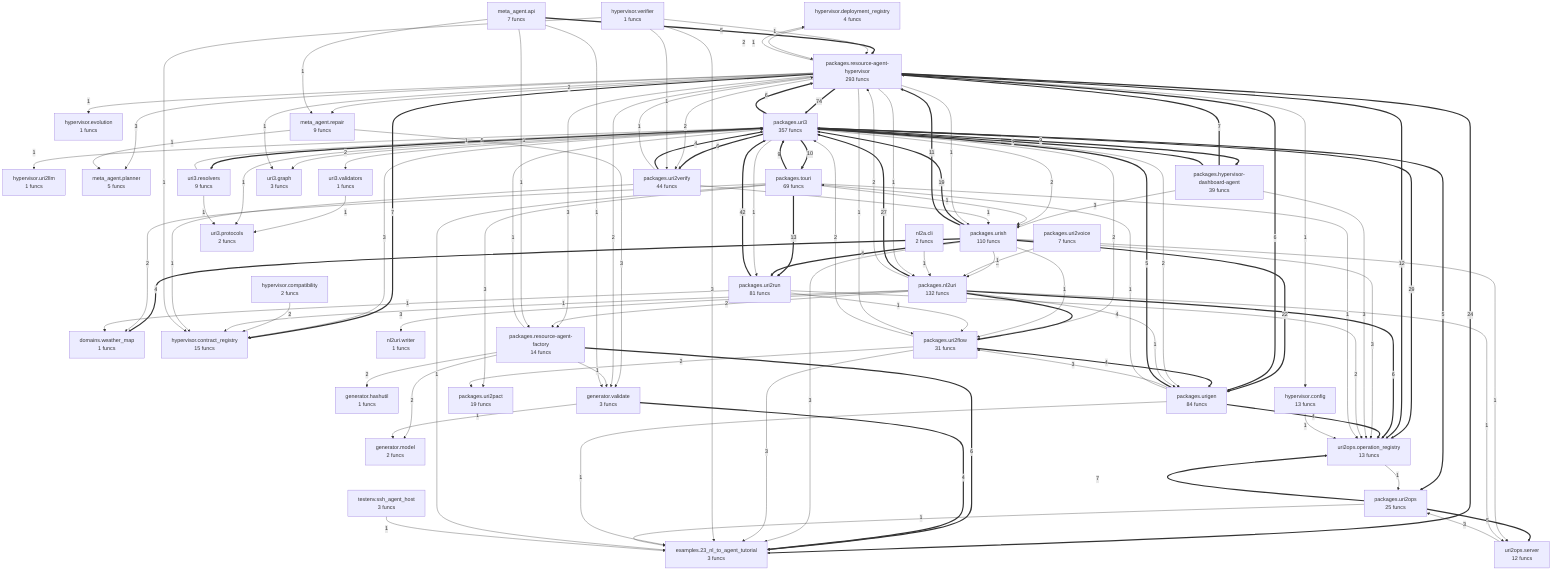
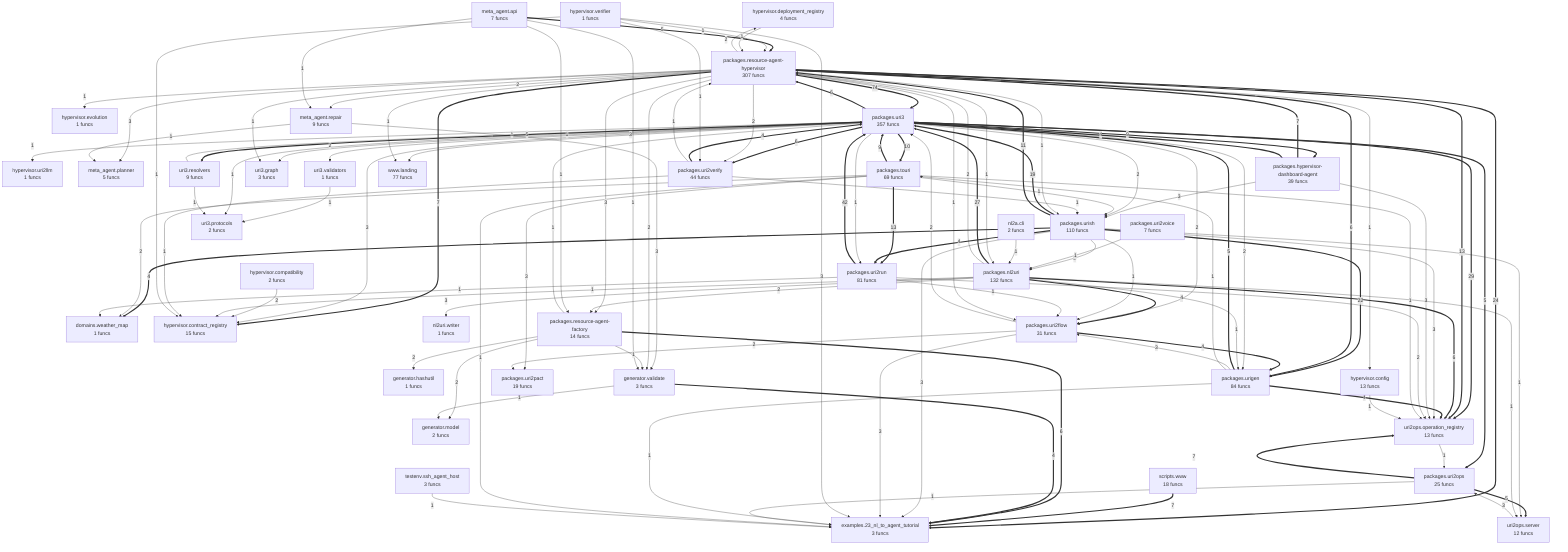
flowchart TD
- %% generated in 0.14s
+ %% generated in 0.20s
    domains__weather_map["domains.weather_map<br/>1 funcs"]
    examples__23_nl_to_agent_tutorial["examples.23_nl_to_agent_tutorial<br/>3 funcs"]
    generator__hashutil["generator.hashutil<br/>1 funcs"]
    generator__model["generator.model<br/>2 funcs"]
    generator__validate["generator.validate<br/>3 funcs"]
    hypervisor__compatibility["hypervisor.compatibility<br/>2 funcs"]
    hypervisor__config["hypervisor.config<br/>13 funcs"]
    hypervisor__contract_registry["hypervisor.contract_registry<br/>15 funcs"]
    hypervisor__deployment_registry["hypervisor.deployment_registry<br/>4 funcs"]
    hypervisor__evolution["hypervisor.evolution<br/>1 funcs"]
    hypervisor__uri2llm["hypervisor.uri2llm<br/>1 funcs"]
    hypervisor__verifier["hypervisor.verifier<br/>1 funcs"]
    meta_agent__api["meta_agent.api<br/>7 funcs"]
    meta_agent__planner["meta_agent.planner<br/>5 funcs"]
    meta_agent__repair["meta_agent.repair<br/>9 funcs"]
    nl2a__cli["nl2a.cli<br/>2 funcs"]
    nl2uri__writer["nl2uri.writer<br/>1 funcs"]
    packages__hypervisor_dashboard_agent["packages.hypervisor-dashboard-agent<br/>39 funcs"]
    packages__nl2uri["packages.nl2uri<br/>132 funcs"]
    packages__resource_agent_factory["packages.resource-agent-factory<br/>14 funcs"]
-     packages__resource_agent_hypervisor["packages.resource-agent-hypervisor<br/>293 funcs"]
+     packages__resource_agent_hypervisor["packages.resource-agent-hypervisor<br/>307 funcs"]
    packages__touri["packages.touri<br/>69 funcs"]
    packages__uri2flow["packages.uri2flow<br/>31 funcs"]
    packages__uri2ops["packages.uri2ops<br/>25 funcs"]
    packages__uri2pact["packages.uri2pact<br/>19 funcs"]
    packages__uri2run["packages.uri2run<br/>81 funcs"]
    packages__uri2verify["packages.uri2verify<br/>44 funcs"]
    packages__uri2voice["packages.uri2voice<br/>7 funcs"]
    packages__uri3["packages.uri3<br/>357 funcs"]
    packages__urigen["packages.urigen<br/>84 funcs"]
    packages__urish["packages.urish<br/>110 funcs"]
+     scripts__www["scripts.www<br/>18 funcs"]
    testenv__ssh_agent_host["testenv.ssh_agent_host<br/>3 funcs"]
    uri2ops__operation_registry["uri2ops.operation_registry<br/>13 funcs"]
    uri2ops__server["uri2ops.server<br/>12 funcs"]
    uri3__graph["uri3.graph<br/>3 funcs"]
    uri3__protocols["uri3.protocols<br/>2 funcs"]
    uri3__resolvers["uri3.resolvers<br/>9 funcs"]
    uri3__validators["uri3.validators<br/>1 funcs"]
+     www__landing["www.landing<br/>77 funcs"]
    packages__resource_agent_hypervisor ==>|74| packages__uri3
    packages__uri2run ==>|42| packages__uri3
    packages__uri3 ==>|29| uri2ops__operation_registry
    packages__nl2uri ==>|27| packages__uri3
    packages__resource_agent_hypervisor ==>|24| examples__23_nl_to_agent_tutorial
    packages__urish ==>|22| packages__urigen
    packages__urish ==>|19| packages__uri3
    packages__touri ==>|13| packages__uri2run
-     packages__resource_agent_hypervisor ==>|12| uri2ops__operation_registry
+     packages__resource_agent_hypervisor ==>|13| uri2ops__operation_registry
    packages__urish ==>|11| packages__resource_agent_hypervisor
    packages__uri3 ==>|10| packages__touri
    packages__uri3 ==>|9| packages__hypervisor_dashboard_agent
    packages__touri ==>|9| packages__uri3
    packages__uri2ops ==>|7| uri2ops__operation_registry
    packages__hypervisor_dashboard_agent ==>|7| packages__resource_agent_hypervisor
    packages__resource_agent_hypervisor ==>|7| hypervisor__contract_registry
+     scripts__www ==>|7| examples__23_nl_to_agent_tutorial
    packages__uri3 ==>|6| packages__resource_agent_hypervisor
    packages__uri3 ==>|6| packages__uri2verify
    packages__resource_agent_factory ==>|6| examples__23_nl_to_agent_tutorial
    packages__nl2uri ==>|6| uri2ops__operation_registry
    packages__resource_agent_hypervisor ==>|6| packages__urigen
    packages__urigen ==>|5| packages__uri3
    packages__uri2ops ==>|5| uri2ops__server
    packages__uri3 ==>|5| packages__uri2ops
    packages__uri3 ==>|5| uri3__resolvers
    meta_agent__api ==>|5| packages__resource_agent_hypervisor
    packages__urish ==>|4| packages__uri2run
    packages__urish ==>|4| domains__weather_map
    packages__urigen ==>|4| uri2ops__operation_registry
    packages__hypervisor_dashboard_agent ==>|4| packages__uri3
    packages__uri2flow ==>|4| packages__urigen
    generator__validate ==>|4| examples__23_nl_to_agent_tutorial
    packages__nl2uri ==>|4| packages__uri2flow
    packages__uri2verify ==>|4| packages__uri3
    packages__urish -->|3| uri2ops__operation_registry
    packages__urish -->|3| examples__23_nl_to_agent_tutorial
    packages__urigen -->|3| packages__uri2flow
    uri2ops__server -->|3| packages__uri2ops
+     packages__uri3 -->|3| www__landing
    packages__uri3 -->|3| hypervisor__contract_registry
    packages__hypervisor_dashboard_agent -->|3| packages__urish
    packages__hypervisor_dashboard_agent -->|3| uri2ops__operation_registry
    packages__uri2flow -->|3| examples__23_nl_to_agent_tutorial
    packages__touri -->|3| packages__uri2pact
    packages__nl2uri -->|3| nl2uri__writer
    packages__resource_agent_hypervisor -->|3| meta_agent__planner
    packages__resource_agent_hypervisor -->|3| packages__resource_agent_factory
    meta_agent__repair -->|3| generator__validate
    hypervisor__verifier -->|3| examples__23_nl_to_agent_tutorial
    packages__urish -->|2| packages__nl2uri
    packages__uri3 -->|2| uri3__validators
    packages__uri3 -->|2| packages__urish
    packages__uri3 -->|2| packages__uri2flow
    packages__uri3 -->|2| packages__urigen
    packages__uri2flow -->|2| packages__uri3
    packages__uri2flow -->|2| packages__uri2pact
    packages__touri -->|2| domains__weather_map
    packages__uri2run -->|2| uri2ops__operation_registry
    packages__resource_agent_factory -->|2| generator__model
    packages__resource_agent_factory -->|2| generator__hashutil
    packages__nl2uri -->|2| packages__resource_agent_hypervisor
    packages__nl2uri -->|2| packages__resource_agent_factory
    packages__resource_agent_hypervisor -->|2| generator__validate
    packages__resource_agent_hypervisor -->|2| meta_agent__repair
    packages__resource_agent_hypervisor -->|2| packages__uri2verify
+     hypervisor__compatibility -->|2| hypervisor__contract_registry
    packages__resource_agent_hypervisor -->|2| hypervisor__deployment_registry
-     hypervisor__compatibility -->|2| hypervisor__contract_registry
    packages__urish -->|1| uri2ops__server
    packages__urish -->|1| packages__uri2flow
    packages__urigen -->|1| examples__23_nl_to_agent_tutorial
    packages__urigen -->|1| packages__touri
    packages__uri2ops -->|1| examples__23_nl_to_agent_tutorial
    uri2ops__operation_registry -->|1| packages__uri2ops
    uri3__validators -->|1| uri3__protocols
    packages__uri3 -->|1| uri3__graph
    packages__uri3 -->|1| uri3__protocols
    packages__uri3 -->|1| hypervisor__uri2llm
    uri3__resolvers -->|1| packages__uri3
    uri3__resolvers -->|1| uri3__protocols
    packages__uri3 -->|1| packages__uri2run
    packages__touri -->|1| examples__23_nl_to_agent_tutorial
    packages__touri -->|1| packages__urish
    packages__touri -->|1| uri2ops__operation_registry
    packages__uri2voice -->|1| packages__nl2uri
    packages__uri2run -->|1| domains__weather_map
    packages__uri2run -->|1| packages__uri2flow
    generator__validate -->|1| generator__model
    packages__resource_agent_factory -->|1| packages__uri3
    packages__resource_agent_factory -->|1| generator__validate
    packages__nl2uri -->|1| uri2ops__server
    packages__nl2uri -->|1| hypervisor__contract_registry
    packages__nl2uri -->|1| packages__urigen
    nl2a__cli -->|1| packages__nl2uri
    packages__uri2verify -->|1| hypervisor__contract_registry
    packages__uri2verify -->|1| packages__resource_agent_hypervisor
    packages__uri2verify -->|1| packages__urish
    packages__resource_agent_hypervisor -->|1| packages__uri2flow
    meta_agent__api -->|1| generator__validate
    meta_agent__api -->|1| meta_agent__repair
    meta_agent__api -->|1| packages__resource_agent_factory
    meta_agent__repair -->|1| meta_agent__planner
    packages__resource_agent_hypervisor -->|1| packages__urish
    hypervisor__verifier -->|1| hypervisor__contract_registry
    hypervisor__verifier -->|1| packages__resource_agent_hypervisor
    hypervisor__verifier -->|1| packages__uri2verify
    packages__resource_agent_hypervisor -->|1| hypervisor__config
+     packages__resource_agent_hypervisor -->|1| www__landing
    hypervisor__config -->|1| uri2ops__operation_registry
    packages__resource_agent_hypervisor -->|1| hypervisor__evolution
    packages__resource_agent_hypervisor -->|1| uri3__graph
    packages__resource_agent_hypervisor -->|1| packages__nl2uri
    hypervisor__deployment_registry -->|1| packages__resource_agent_hypervisor
    testenv__ssh_agent_host -->|1| examples__23_nl_to_agent_tutorial
